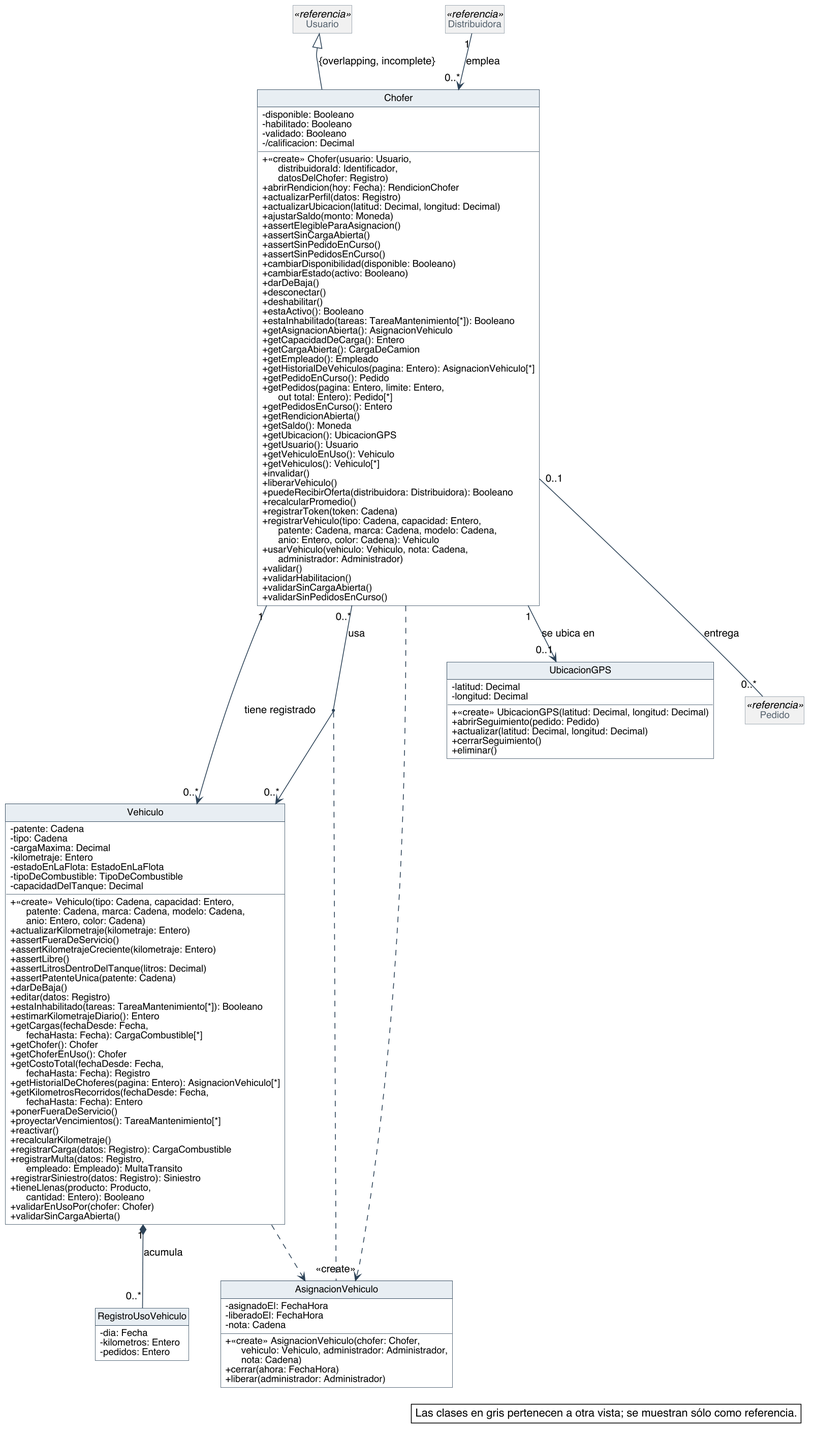
Before: diagramas/clases-diseno/DC_Choferes-y-vehiculos.png, a diagram exported from PlantUML (Nahuelito-Dev/splg-docs).
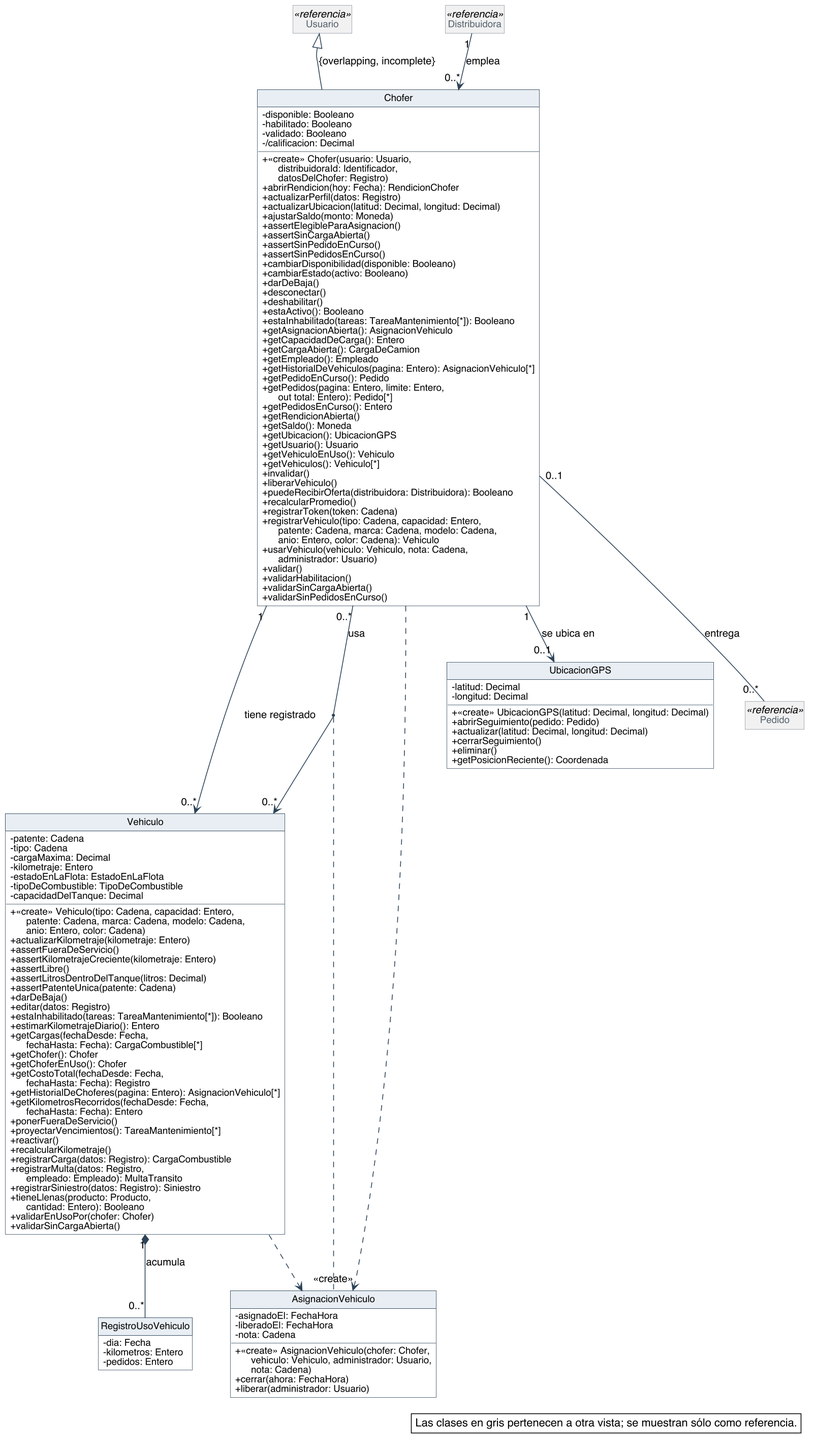
The same diagram one commit later.

The edit, as a diff of the source:
```diff
@@ -98,7 +98,7 @@
   + recalcularPromedio()
   + registrarToken(token: Cadena)
   + registrarVehiculo(tipo: Cadena, capacidad: Entero,\n      patente: Cadena, marca: Cadena, modelo: Cadena,\n      anio: Entero, color: Cadena): Vehiculo
-  + usarVehiculo(vehiculo: Vehiculo, nota: Cadena,\n      administrador: Administrador)
+  + usarVehiculo(vehiculo: Vehiculo, nota: Cadena,\n      administrador: Usuario)
   + validar()
   + validarHabilitacion()
   + validarSinCargaAbierta()
@@ -144,9 +144,9 @@
   - asignadoEl: FechaHora
   - liberadoEl: FechaHora
   - nota: Cadena
-  + «create» AsignacionVehiculo(chofer: Chofer,\n      vehiculo: Vehiculo, administrador: Administrador,\n      nota: Cadena)
+  + «create» AsignacionVehiculo(chofer: Chofer,\n      vehiculo: Vehiculo, administrador: Usuario,\n      nota: Cadena)
   + cerrar(ahora: FechaHora)
-  + liberar(administrador: Administrador)
+  + liberar(administrador: Usuario)
 }
 class UbicacionGPS {
   - latitud: Decimal
@@ -156,6 +156,7 @@
   + actualizar(latitud: Decimal, longitud: Decimal)
   + cerrarSeguimiento()
   + eliminar()
+  + getPosicionReciente(): Coordenada
 }
 class RegistroUsoVehiculo {
   - dia: Fecha
```
